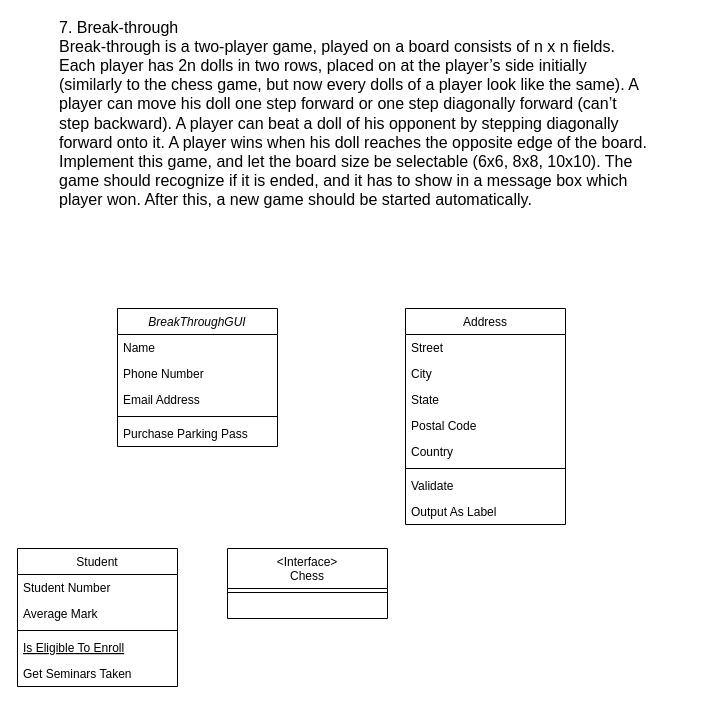
Above: Untitled Diagram.drawio in summertx/uml (draw.io), before the change. Source tidied: cells renumbered, new cells numbered last; positions are measured from the earlier drawing's top-left corner, leaving out a move shared by most shapes. Both pictures are drawn from the tidied source at 100%, with x=0, y=0 at pixel (17, 18).
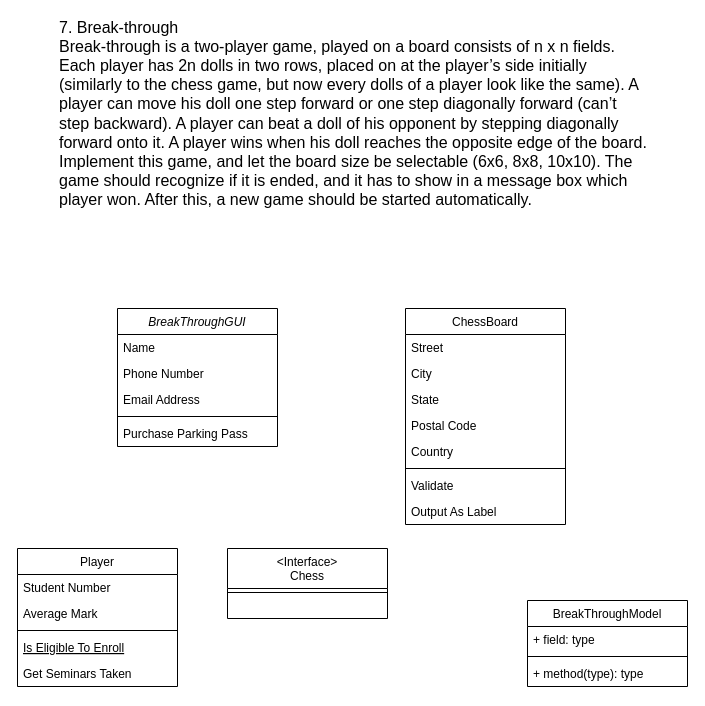
The same page after the edit.

The edit, as a diff of the source:
```diff
@@
-    <mxCell id="8" value="Student" style="swimlane;fontStyle=0;align=center;verticalAlign=top;horizontal=1;startSize=26;rounded=0;shadow=0;strokeWidth=1;" parent="1" vertex="1">
+    <mxCell id="8" value="Player" style="swimlane;fontStyle=0;align=center;verticalAlign=top;horizontal=1;startSize=26;rounded=0;shadow=0;strokeWidth=1;" parent="1" vertex="1">
       <mxGeometry y="530" width="160" height="138" as="geometry" />
     </mxCell>
@@
-    <mxCell id="16" value="Address" style="swimlane;fontStyle=0;align=center;verticalAlign=top;horizontal=1;startSize=26;rounded=0;shadow=0;strokeWidth=1;" parent="1" vertex="1">
+    <mxCell id="16" value="ChessBoard" style="swimlane;fontStyle=0;align=center;verticalAlign=top;horizontal=1;startSize=26;rounded=0;shadow=0;strokeWidth=1;" parent="1" vertex="1">
       <mxGeometry x="388" y="290" width="160" height="216" as="geometry" />
     </mxCell>
@@
+    <mxCell id="26" value="&lt;span style=&quot;font-weight: normal;&quot;&gt;BreakThroughModel&lt;/span&gt;" style="swimlane;fontStyle=1;align=center;verticalAlign=top;horizontal=1;startSize=26;whiteSpace=wrap;html=1;" parent="1" vertex="1">
+      <mxGeometry x="510" y="582" width="160" height="86" as="geometry" />
+    </mxCell>
+    <mxCell id="27" value="+ field: type" style="text;strokeColor=none;fillColor=none;align=left;verticalAlign=top;spacingLeft=4;spacingRight=4;overflow=hidden;whiteSpace=wrap;html=1;" parent="26" vertex="1">
+      <mxGeometry y="26" width="160" height="26" as="geometry" />
+    </mxCell>
+    <mxCell id="28" style="line;strokeWidth=1;fillColor=none;align=left;verticalAlign=middle;spacingTop=-1;spacingLeft=3;spacingRight=3;labelPosition=right;strokeColor=inherit;" parent="26" vertex="1">
+      <mxGeometry y="52" width="160" height="8" as="geometry" />
+    </mxCell>
+    <mxCell id="29" value="+ method(type): type" style="text;strokeColor=none;fillColor=none;align=left;verticalAlign=top;spacingLeft=4;spacingRight=4;overflow=hidden;whiteSpace=wrap;html=1;" parent="26" vertex="1">
+      <mxGeometry y="60" width="160" height="26" as="geometry" />
+    </mxCell>
```
